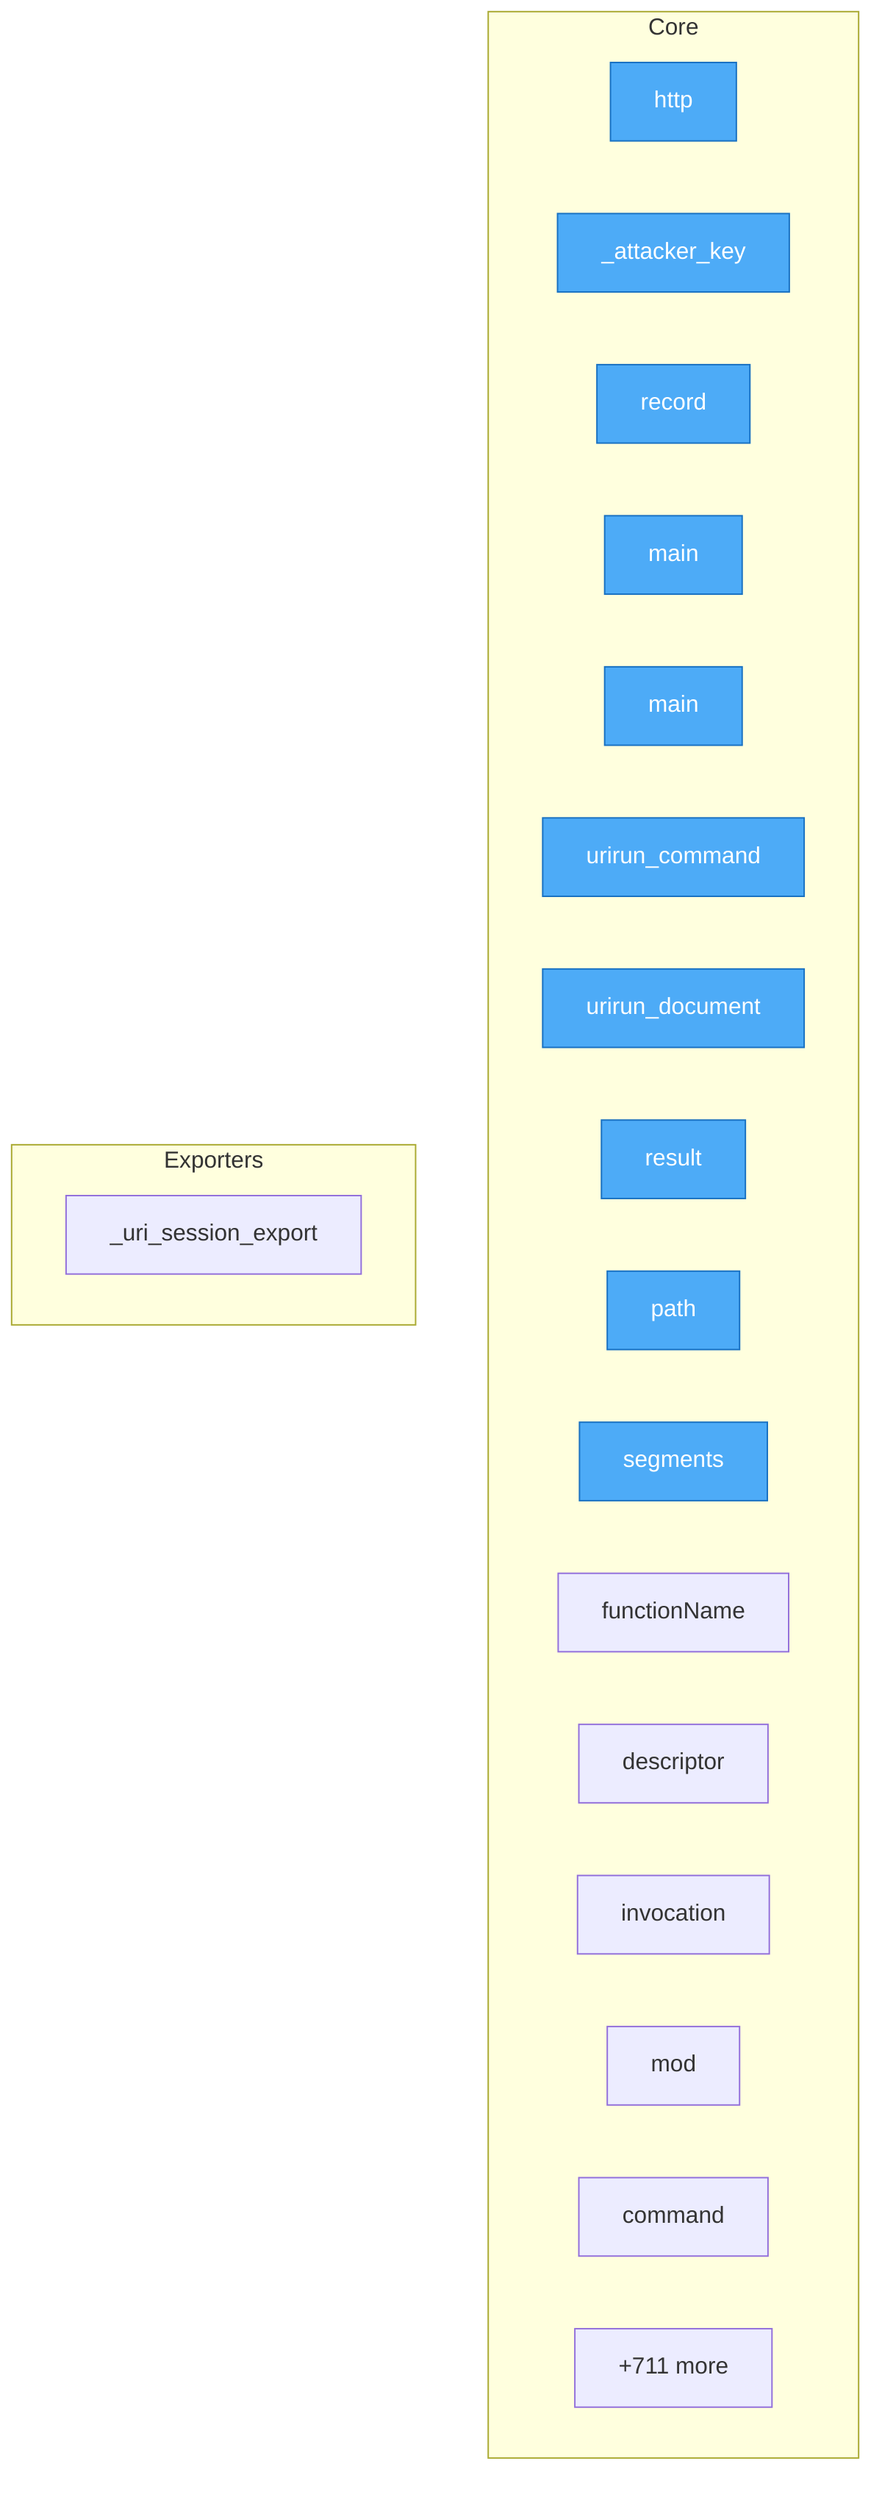
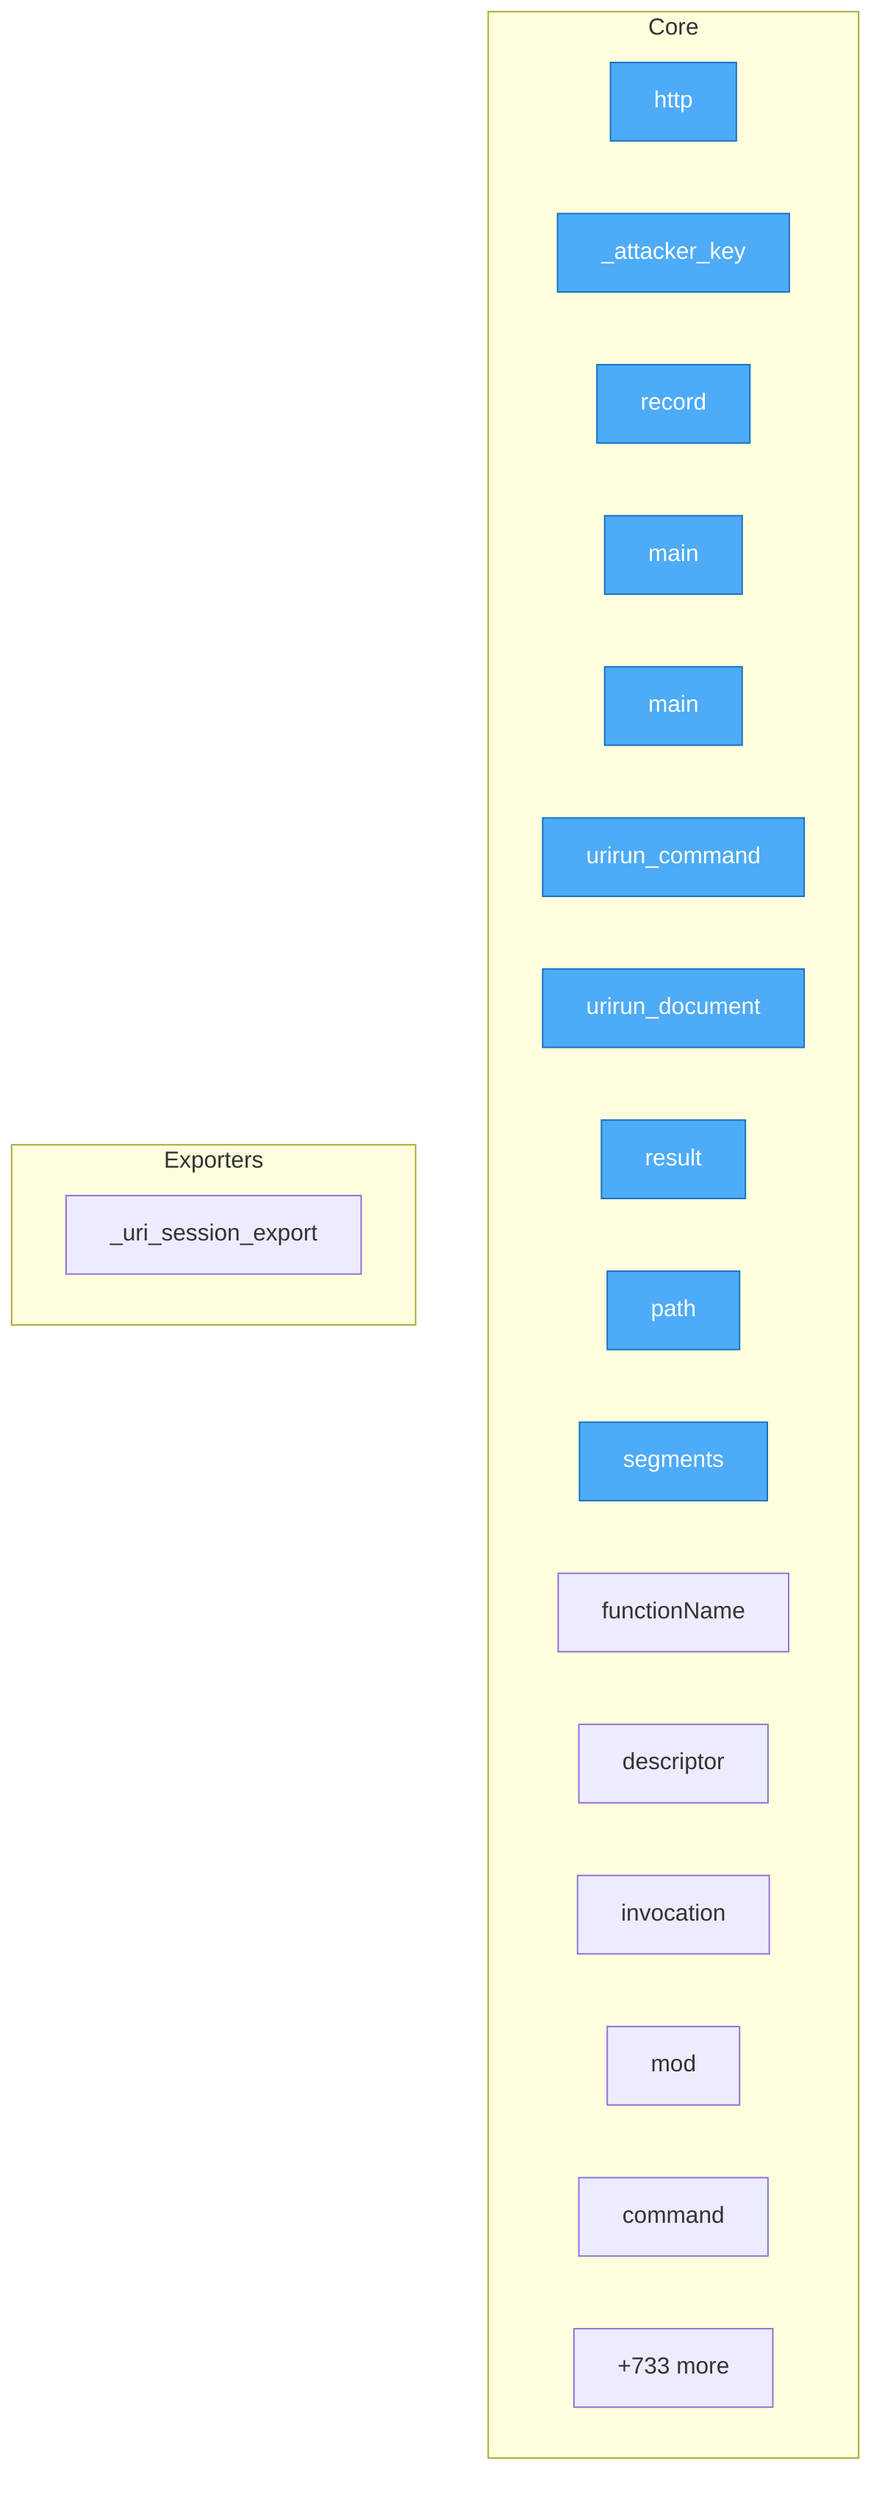
flowchart TD
%% generated in 0.04s

    %% Entry points (blue)
    classDef entry fill:#4dabf7,stroke:#1971c2,color:#fff

    subgraph Core
        security__mesh_probe__probe__http["http"]
        security__mesh_probe__probe___attacker_key["_attacker_key"]
        security__mesh_probe__probe__record["record"]
        adapters__conformance__main["main"]
        adapters__new_connector__main["main"]
        adapters__bash__urirun__urirun_command["urirun_command"]
        adapters__bash__urirun__urirun_document["urirun_document"]
        adapters__js__index__test__result["result"]
        adapters__js__path["path"]
        adapters__js__segments["segments"]
        adapters__js__functionName["functionName"]
        adapters__js__descriptor["descriptor"]
        adapters__js__invocation["invocation"]
        adapters__js__mod["mod"]
        adapters__java__Urirun__Urirun__command["command"]
-         ...["+711 more"]
+         ...["+733 more"]
    end

    subgraph Exporters
        adapters__python__urirun__node__skill___uri_session_export["_uri_session_export"]
    end

    class security__mesh_probe__probe__http,security__mesh_probe__probe___attacker_key,security__mesh_probe__probe__record,adapters__conformance__main,adapters__new_connector__main,adapters__bash__urirun__urirun_command,adapters__bash__urirun__urirun_document,adapters__js__index__test__result,adapters__js__path,adapters__js__segments entry
